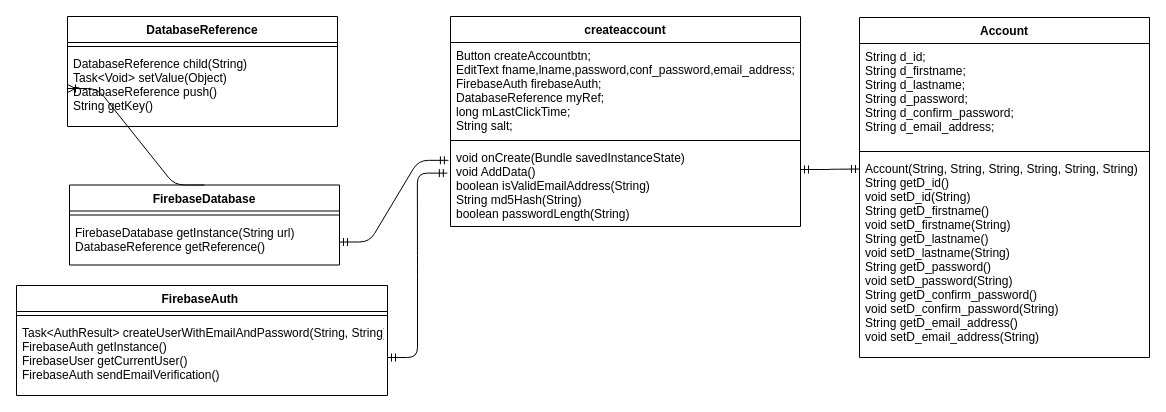
The draw.io diagram UML-diagram/createaccount class diagram.drawio in ish2nv/Computing-Project, before the edit. Source tidied: cells renumbered, new cells numbered last; positions are measured from the earlier drawing's top-left corner, leaving out a move shared by most shapes. Both pictures are drawn from the tidied source at 100%, with x=0, y=0 at pixel (16, 16).
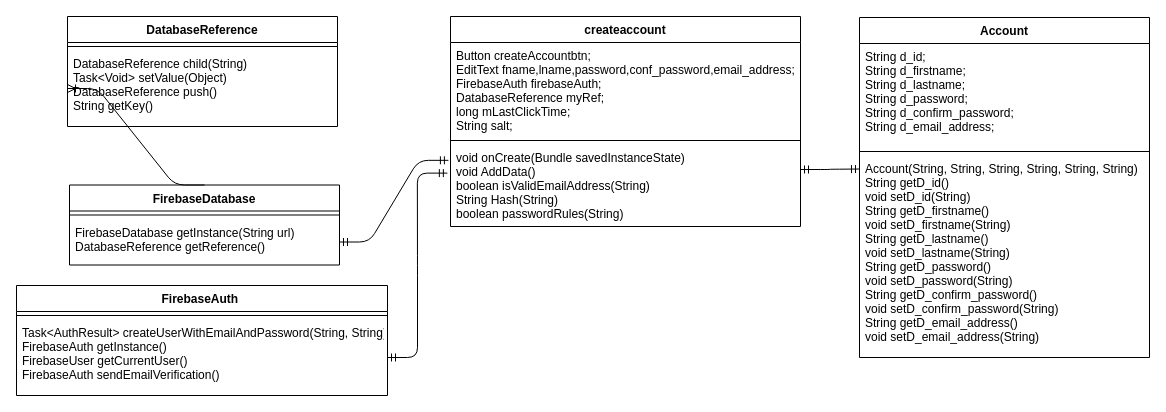
The same diagram, later.

Unchanged cells that the change refers to:
```xml
<mxCell id="2" value="createaccount" style="swimlane;fontStyle=1;align=center;verticalAlign=top;horizontal=1;startSize=26;" parent="1" vertex="1">
  <mxGeometry x="434" width="350" height="210" as="geometry" />
</mxCell>
```

What changed in the source:
```diff
@@
-    <mxCell id="5" value="void onCreate(Bundle savedInstanceState)&#10;void AddData()&#10;boolean isValidEmailAddress(String)&#10;String md5Hash(String)&#10;boolean passwordLength(String)&#10;&#10;" style="text;strokeColor=none;fillColor=none;align=left;verticalAlign=top;spacingLeft=4;spacingRight=4;overflow=hidden;points=[[0,0.5],[1,0.5]];portConstraint=eastwest;" parent="2" vertex="1">
+    <mxCell id="5" value="void onCreate(Bundle savedInstanceState)&#10;void AddData()&#10;boolean isValidEmailAddress(String)&#10;String Hash(String)&#10;boolean passwordRules(String)&#10;&#10;" style="text;strokeColor=none;fillColor=none;align=left;verticalAlign=top;spacingLeft=4;spacingRight=4;overflow=hidden;points=[[0,0.5],[1,0.5]];portConstraint=eastwest;" parent="2" vertex="1">
       <mxGeometry y="128" width="350" height="82" as="geometry" />
     </mxCell>
```
